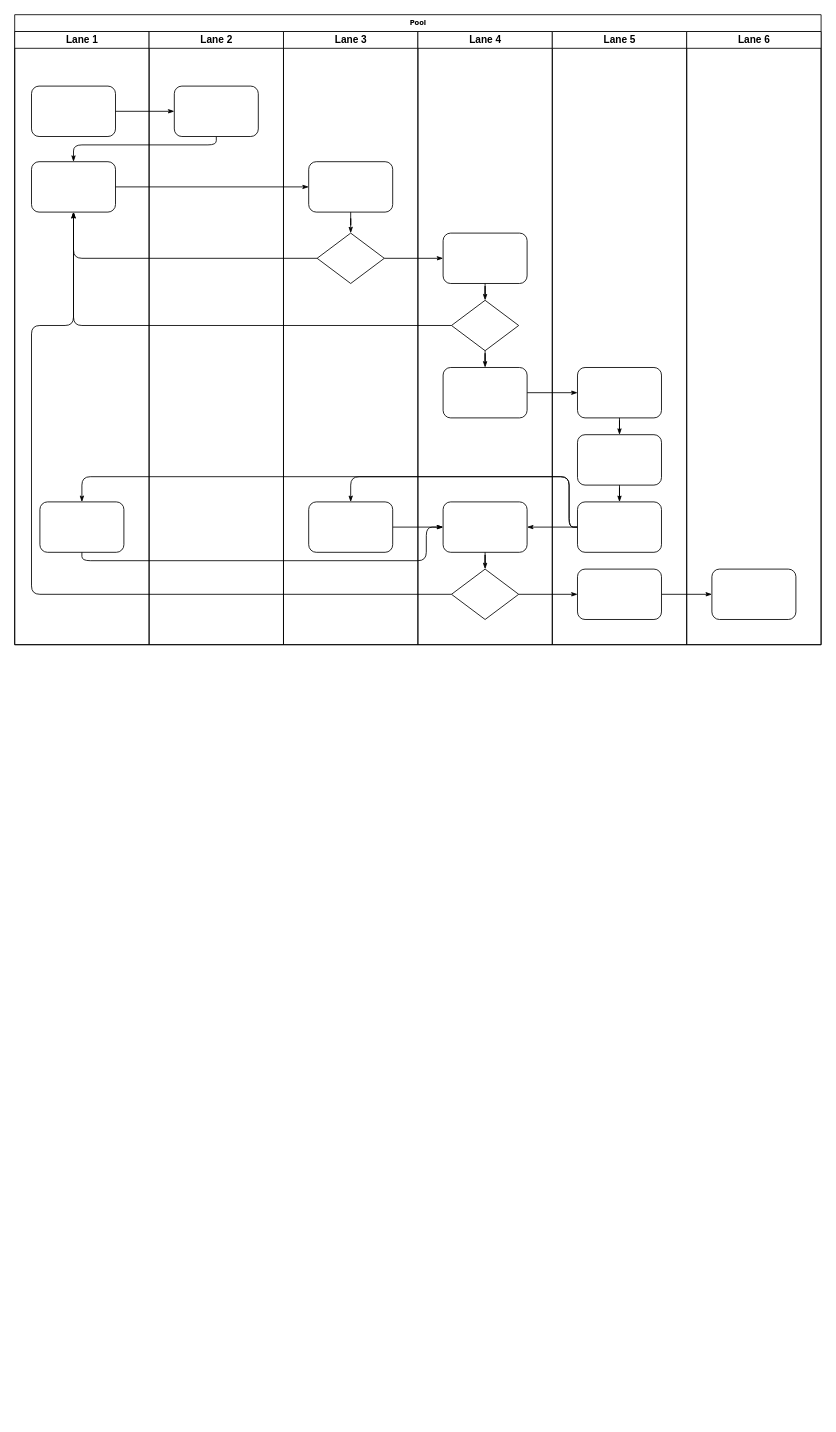
Above: 未命名绘图.drawio in HoA-W/drawio (draw.io), before the change. Source tidied: cells renumbered, new cells numbered last; positions are measured from the earlier drawing's top-left corner, leaving out a move shared by most shapes. Both pictures are drawn from the tidied source at 84%, with x=0, y=0 at pixel (14, 14).
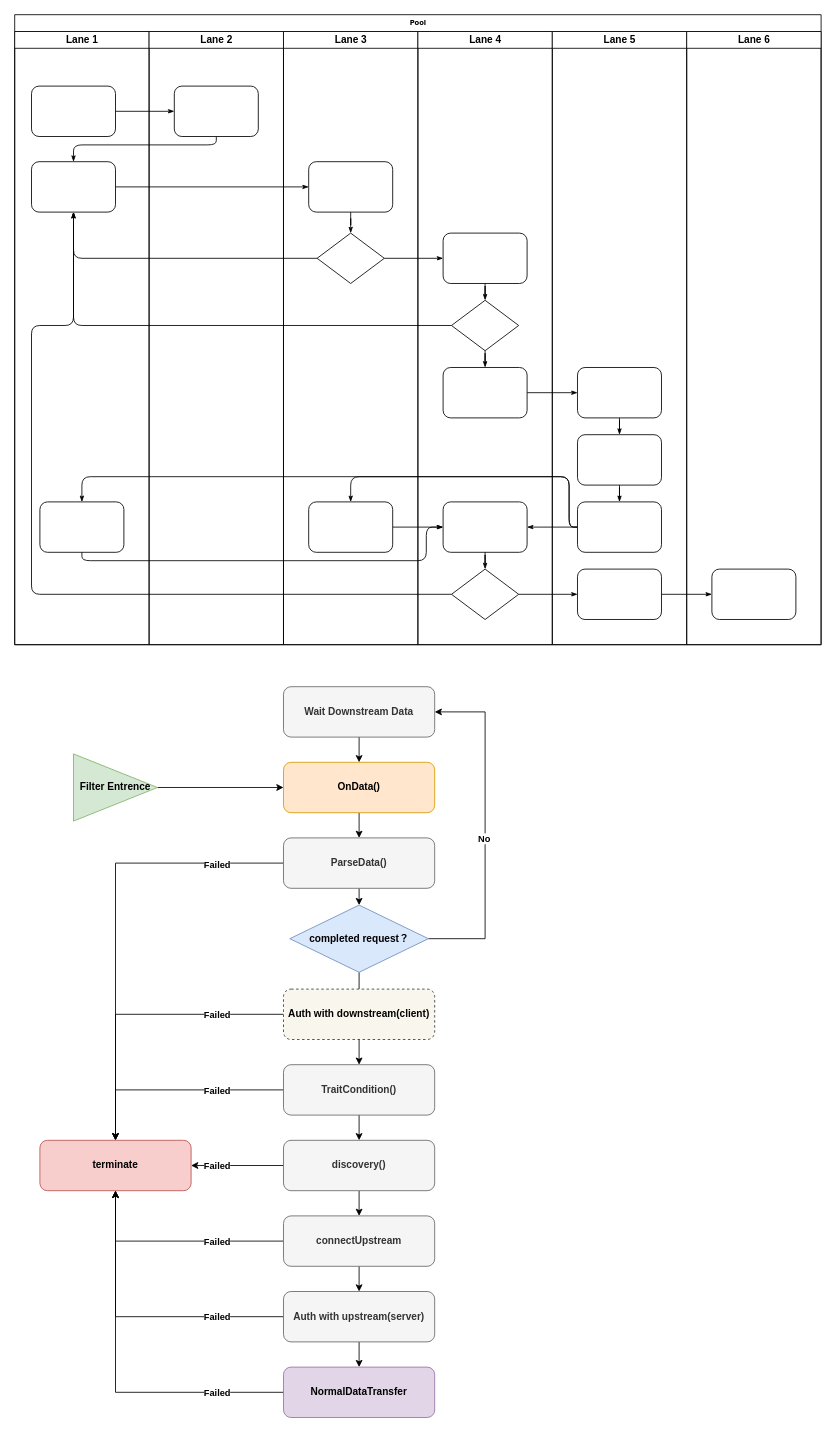
Above is the later version.

Commit message:
更新未命名绘图.drawio

What changed in the source:
```diff
@@
+    <mxCell id="47" style="edgeStyle=orthogonalEdgeStyle;rounded=0;jettySize=auto;html=1;exitX=0.5;exitY=1;exitDx=0;exitDy=0;entryX=0.5;entryY=0;entryDx=0;entryDy=0;" parent="1" edge="1" source="48" target="52">
+      <mxGeometry relative="1" as="geometry" />
+    </mxCell>
+    <mxCell id="48" value="&lt;b&gt;OnData()&lt;/b&gt;" style="rounded=1;whiteSpace=wrap;html=1;fillColor=#ffe6cc;strokeColor=#d79b00;" parent="1" vertex="1">
+      <mxGeometry x="320" y="890" width="180" height="60" as="geometry" />
+    </mxCell>
+    <mxCell id="49" style="edgeStyle=orthogonalEdgeStyle;rounded=0;jettySize=auto;html=1;exitX=0.5;exitY=1;exitDx=0;exitDy=0;entryX=0.5;entryY=0;entryDx=0;entryDy=0;" parent="1" edge="1" source="52" target="56">
+      <mxGeometry relative="1" as="geometry" />
+    </mxCell>
+    <mxCell id="50" style="edgeStyle=orthogonalEdgeStyle;rounded=0;jettySize=auto;html=1;exitX=0;exitY=0.5;exitDx=0;exitDy=0;entryX=0.5;entryY=0;entryDx=0;entryDy=0;" parent="1" edge="1" source="52" target="63">
+      <mxGeometry relative="1" as="geometry" />
+    </mxCell>
+    <mxCell id="51" value="&lt;b&gt;Failed&lt;/b&gt;" style="edgeLabel;html=1;align=center;verticalAlign=middle;" parent="50" vertex="1">
+      <mxGeometry x="0.11" y="-2" relative="1" as="geometry">
+        <mxPoint x="122" y="-93" as="offset" />
+      </mxGeometry>
+    </mxCell>
+    <mxCell id="52" value="&lt;b&gt;ParseData()&lt;/b&gt;" style="rounded=1;whiteSpace=wrap;html=1;fillColor=#f5f5f5;fontColor=#333333;strokeColor=#666666;" parent="1" vertex="1">
+      <mxGeometry x="320" y="980" width="180" height="60" as="geometry" />
+    </mxCell>
+    <mxCell id="53" style="edgeStyle=orthogonalEdgeStyle;rounded=0;jettySize=auto;html=1;exitX=1;exitY=0.5;exitDx=0;exitDy=0;entryX=1;entryY=0.5;entryDx=0;entryDy=0;" parent="1" edge="1" source="56" target="58">
+      <mxGeometry relative="1" as="geometry">
+        <Array as="points">
+          <mxPoint x="560" y="1100" />
+          <mxPoint x="560" y="830" />
+        </Array>
+      </mxGeometry>
+    </mxCell>
+    <mxCell id="54" value="&lt;b&gt;No&lt;/b&gt;" style="edgeLabel;html=1;align=center;verticalAlign=middle;" parent="53" vertex="1">
+      <mxGeometry x="-0.06" y="2" relative="1" as="geometry" />
+    </mxCell>
+    <mxCell id="55" style="edgeStyle=orthogonalEdgeStyle;rounded=0;jettySize=auto;html=1;exitX=0.5;exitY=1;exitDx=0;exitDy=0;entryX=0.5;entryY=0;entryDx=0;entryDy=0;" parent="1" edge="1" source="56" target="62">
+      <mxGeometry relative="1" as="geometry" />
+    </mxCell>
+    <mxCell id="56" value="&lt;b&gt;completed request？&lt;/b&gt;" style="rhombus;whiteSpace=wrap;html=1;fillColor=#dae8fc;strokeColor=#6c8ebf;" parent="1" vertex="1">
+      <mxGeometry x="327.5" y="1060" width="165" height="80" as="geometry" />
+    </mxCell>
+    <mxCell id="57" style="edgeStyle=orthogonalEdgeStyle;rounded=0;jettySize=auto;html=1;exitX=0.5;exitY=1;exitDx=0;exitDy=0;entryX=0.5;entryY=0;entryDx=0;entryDy=0;" parent="1" edge="1" source="58" target="48">
+      <mxGeometry relative="1" as="geometry" />
+    </mxCell>
+    <mxCell id="58" value="&lt;b&gt;Wait Downstream Data&lt;/b&gt;" style="rounded=1;whiteSpace=wrap;html=1;fillColor=#f5f5f5;fontColor=#333333;strokeColor=#666666;" parent="1" vertex="1">
+      <mxGeometry x="320" y="800" width="180" height="60" as="geometry" />
+    </mxCell>
+    <mxCell id="59" style="edgeStyle=orthogonalEdgeStyle;rounded=0;jettySize=auto;html=1;exitX=0;exitY=0.5;exitDx=0;exitDy=0;entryX=0.5;entryY=0;entryDx=0;entryDy=0;" parent="1" edge="1" source="62" target="63">
+      <mxGeometry relative="1" as="geometry" />
+    </mxCell>
+    <mxCell id="60" value="&lt;b&gt;Failed&lt;/b&gt;" style="edgeLabel;html=1;align=center;verticalAlign=middle;" parent="59" vertex="1">
+      <mxGeometry x="-0.19" y="-1" relative="1" as="geometry">
+        <mxPoint x="25" y="1" as="offset" />
+      </mxGeometry>
+    </mxCell>
+    <mxCell id="61" style="edgeStyle=orthogonalEdgeStyle;rounded=0;jettySize=auto;html=1;exitX=0.5;exitY=1;exitDx=0;exitDy=0;entryX=0.5;entryY=0;entryDx=0;entryDy=0;" parent="1" edge="1" source="62" target="66">
+      <mxGeometry relative="1" as="geometry" />
+    </mxCell>
+    <mxCell id="62" value="&lt;b&gt;TraitCondition()&lt;/b&gt;" style="rounded=1;whiteSpace=wrap;html=1;fillColor=#f5f5f5;fontColor=#333333;strokeColor=#666666;" parent="1" vertex="1">
+      <mxGeometry x="320" y="1250" width="180" height="60" as="geometry" />
+    </mxCell>
+    <mxCell id="63" value="&lt;b&gt;terminate&lt;/b&gt;" style="rounded=1;whiteSpace=wrap;html=1;fillColor=#f8cecc;strokeColor=#b85450;" parent="1" vertex="1">
+      <mxGeometry x="30" y="1340" width="180" height="60" as="geometry" />
+    </mxCell>
+    <mxCell id="64" style="edgeStyle=orthogonalEdgeStyle;rounded=0;jettySize=auto;html=1;exitX=0;exitY=0.5;exitDx=0;exitDy=0;entryX=1;entryY=0.5;entryDx=0;entryDy=0;" parent="1" edge="1" source="66" target="63">
+      <mxGeometry relative="1" as="geometry" />
+    </mxCell>
+    <mxCell id="65" style="edgeStyle=orthogonalEdgeStyle;rounded=0;jettySize=auto;html=1;exitX=0.5;exitY=1;exitDx=0;exitDy=0;entryX=0.5;entryY=0;entryDx=0;entryDy=0;" parent="1" edge="1" source="66" target="71">
+      <mxGeometry relative="1" as="geometry" />
+    </mxCell>
+    <mxCell id="66" value="&lt;b&gt;discovery()&lt;/b&gt;" style="rounded=1;whiteSpace=wrap;html=1;fillColor=#f5f5f5;fontColor=#333333;strokeColor=#666666;" parent="1" vertex="1">
+      <mxGeometry x="320" y="1340" width="180" height="60" as="geometry" />
+    </mxCell>
+    <mxCell id="67" value="&lt;b&gt;Failed&lt;/b&gt;" style="edgeLabel;html=1;align=center;verticalAlign=middle;" parent="1" vertex="1">
+      <mxGeometry x="240" y="1370" as="geometry" />
+    </mxCell>
+    <mxCell id="68" style="edgeStyle=orthogonalEdgeStyle;rounded=0;jettySize=auto;html=1;exitX=0;exitY=0.5;exitDx=0;exitDy=0;entryX=0.5;entryY=1;entryDx=0;entryDy=0;" parent="1" edge="1" source="71" target="63">
+      <mxGeometry relative="1" as="geometry" />
+    </mxCell>
+    <mxCell id="69" value="&lt;b&gt;Failed&lt;/b&gt;" style="edgeLabel;html=1;align=center;verticalAlign=middle;" parent="68" vertex="1">
+      <mxGeometry x="-0.24" y="-3" relative="1" as="geometry">
+        <mxPoint x="19" y="3" as="offset" />
+      </mxGeometry>
+    </mxCell>
+    <mxCell id="70" style="edgeStyle=orthogonalEdgeStyle;rounded=0;jettySize=auto;html=1;exitX=0.5;exitY=1;exitDx=0;exitDy=0;entryX=0.5;entryY=0;entryDx=0;entryDy=0;" parent="1" edge="1" source="71" target="74">
+      <mxGeometry relative="1" as="geometry" />
+    </mxCell>
+    <mxCell id="71" value="&lt;b&gt;connectUpstream&lt;/b&gt;" style="rounded=1;whiteSpace=wrap;html=1;fillColor=#f5f5f5;fontColor=#333333;strokeColor=#666666;" parent="1" vertex="1">
+      <mxGeometry x="320" y="1430" width="180" height="60" as="geometry" />
+    </mxCell>
+    <mxCell id="72" style="edgeStyle=orthogonalEdgeStyle;rounded=0;jettySize=auto;html=1;exitX=0;exitY=0.5;exitDx=0;exitDy=0;" parent="1" edge="1" source="74" target="63">
+      <mxGeometry relative="1" as="geometry" />
+    </mxCell>
+    <mxCell id="73" style="edgeStyle=orthogonalEdgeStyle;rounded=0;jettySize=auto;html=1;exitX=0.5;exitY=1;exitDx=0;exitDy=0;entryX=0.5;entryY=0;entryDx=0;entryDy=0;" parent="1" edge="1" source="74" target="77">
+      <mxGeometry relative="1" as="geometry" />
+    </mxCell>
+    <mxCell id="74" value="&lt;b&gt;Auth with upstream(server)&lt;/b&gt;" style="rounded=1;whiteSpace=wrap;html=1;fillColor=#f5f5f5;fontColor=#333333;strokeColor=#666666;" parent="1" vertex="1">
+      <mxGeometry x="320" y="1520" width="180" height="60" as="geometry" />
+    </mxCell>
+    <mxCell id="75" value="&lt;b&gt;Failed&lt;/b&gt;" style="edgeLabel;html=1;align=center;verticalAlign=middle;" parent="1" vertex="1">
+      <mxGeometry x="240" y="1550" as="geometry" />
+    </mxCell>
+    <mxCell id="76" style="edgeStyle=orthogonalEdgeStyle;rounded=0;jettySize=auto;html=1;exitX=0;exitY=0.5;exitDx=0;exitDy=0;entryX=0.5;entryY=1;entryDx=0;entryDy=0;" parent="1" edge="1" source="77" target="63">
+      <mxGeometry relative="1" as="geometry" />
+    </mxCell>
+    <mxCell id="77" value="&lt;b&gt;NormalDataTransfer&lt;/b&gt;" style="rounded=1;whiteSpace=wrap;html=1;fillColor=#e1d5e7;strokeColor=#9673a6;" parent="1" vertex="1">
+      <mxGeometry x="320" y="1610" width="180" height="60" as="geometry" />
+    </mxCell>
+    <mxCell id="78" value="&lt;b&gt;Failed&lt;/b&gt;" style="edgeLabel;html=1;align=center;verticalAlign=middle;" parent="1" vertex="1">
+      <mxGeometry x="240" y="1640" as="geometry" />
+    </mxCell>
+    <mxCell id="79" style="edgeStyle=orthogonalEdgeStyle;rounded=0;jettySize=auto;html=1;exitX=1;exitY=0.5;exitDx=0;exitDy=0;entryX=0;entryY=0.5;entryDx=0;entryDy=0;" parent="1" edge="1" source="80" target="48">
+      <mxGeometry relative="1" as="geometry" />
+    </mxCell>
+    <mxCell id="80" value="&lt;b&gt;Filter Entrence&lt;/b&gt;" style="triangle;whiteSpace=wrap;html=1;fillColor=#d5e8d4;strokeColor=#82b366;" parent="1" vertex="1">
+      <mxGeometry x="70" y="880" width="100" height="80" as="geometry" />
+    </mxCell>
+    <mxCell id="81" style="edgeStyle=orthogonalEdgeStyle;rounded=0;jettySize=auto;html=1;exitX=0;exitY=0.5;exitDx=0;exitDy=0;entryX=0.5;entryY=0;entryDx=0;entryDy=0;" parent="1" edge="1" source="82" target="63">
+      <mxGeometry relative="1" as="geometry" />
+    </mxCell>
+    <mxCell id="82" value="&lt;b&gt;Auth with downstream(client)&lt;/b&gt;" style="rounded=1;whiteSpace=wrap;html=1;dashed=1;fillColor=#f9f7ed;strokeColor=#36393d;" parent="1" vertex="1">
+      <mxGeometry x="320" y="1160" width="180" height="60" as="geometry" />
+    </mxCell>
+    <mxCell id="83" value="&lt;b&gt;Failed&lt;/b&gt;" style="edgeLabel;html=1;align=center;verticalAlign=middle;" parent="1" vertex="1">
+      <mxGeometry x="240" y="1190" as="geometry" />
+    </mxCell>
```
